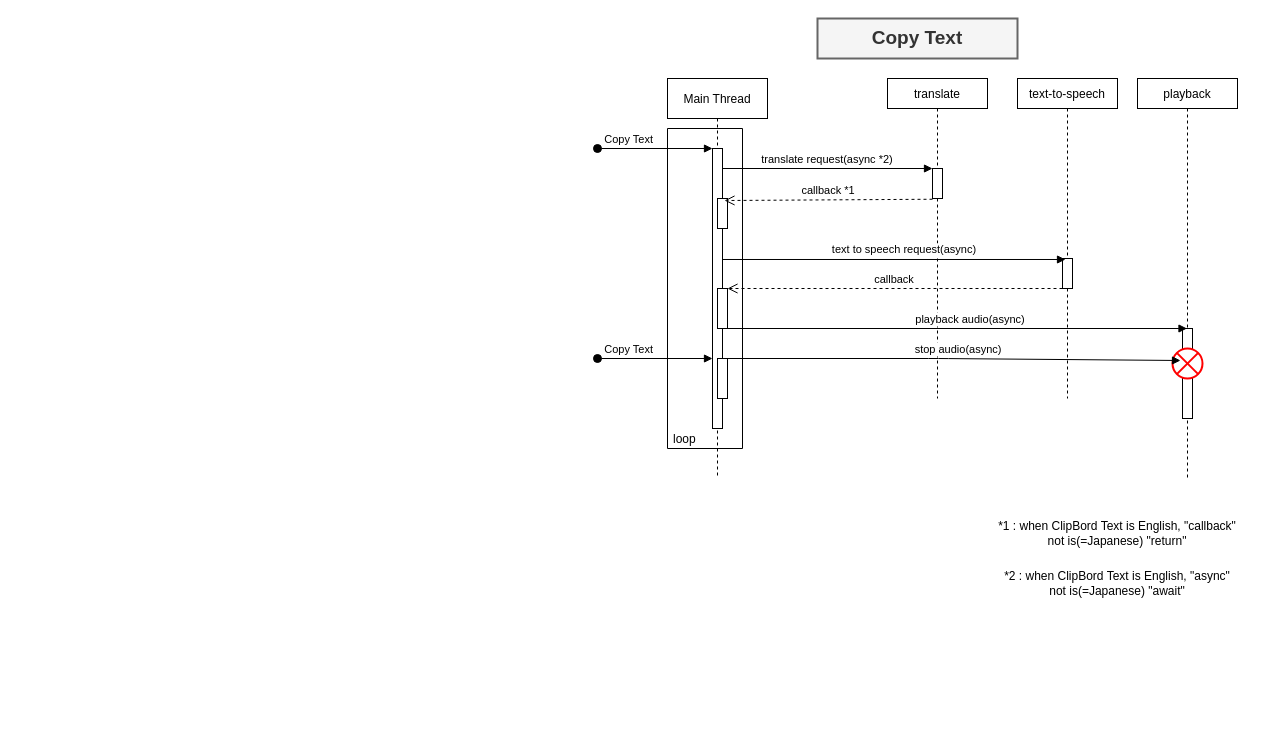
monkey999por/translation keeps this draw.io diagram as sequence.drawio. Above is the earlier version. Source tidied: cells renumbered, new cells numbered last; positions are measured from the earlier drawing's top-left corner, leaving out a move shared by most shapes. Both pictures are drawn from the tidied source at 100%, with x=0, y=0 at pixel (597, 18).
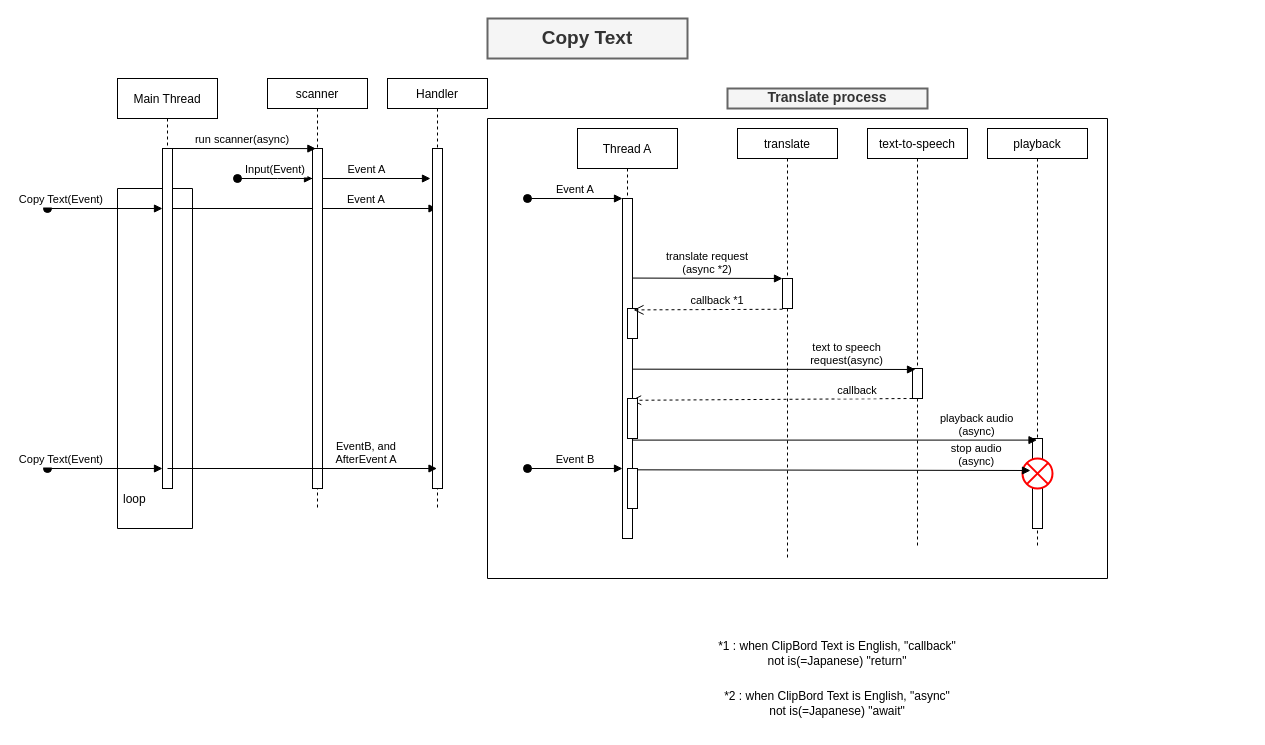
The same page after the edit.

What changed in the source:
```diff
@@
+    <mxCell id="27" value="Event A" style="verticalAlign=bottom;endArrow=block;shadow=0;strokeWidth=1;align=center;exitX=0.7;exitY=0.234;exitDx=0;exitDy=0;exitPerimeter=0;" parent="1" edge="1">
+      <mxGeometry x="-0.03" relative="1" as="geometry">
+        <mxPoint x="-289.5" y="160" as="sourcePoint" />
+        <mxPoint x="-167" y="160" as="targetPoint" />
+      </mxGeometry>
+    </mxCell>
+    <mxCell id="28" value="Event A" style="verticalAlign=bottom;endArrow=block;shadow=0;strokeWidth=1;align=center;exitX=0.7;exitY=0.234;exitDx=0;exitDy=0;exitPerimeter=0;" parent="1" edge="1" target="39">
+      <mxGeometry x="0.48" relative="1" as="geometry">
+        <mxPoint x="-430" y="190" as="sourcePoint" />
+      </mxGeometry>
+    </mxCell>
+    <mxCell id="29" style="verticalLabelPosition=bottom;verticalAlign=top;html=1;shape=mxgraph.basic.rect;fillColor2=none;strokeWidth=1;size=20;indent=5;shadow=0;fontSize=19;fillColor=none;" parent="1" vertex="1">
+      <mxGeometry x="-110" y="100" width="620" height="460" as="geometry" />
+    </mxCell>
     <mxCell id="2" value="playback" style="shape=umlLifeline;perimeter=lifelinePerimeter;rounded=0;shadow=0;strokeWidth=1;size=30;" parent="1" vertex="1">
-      <mxGeometry x="540" y="60" width="100" height="400" as="geometry" />
+      <mxGeometry x="390" y="110" width="100" height="420" as="geometry" />
     </mxCell>
     <mxCell id="3" style="perimeter=orthogonalPerimeter;rounded=0;shadow=0;strokeWidth=1;" parent="2" vertex="1">
-      <mxGeometry x="45" y="250" width="10" height="90" as="geometry" />
+      <mxGeometry x="45" y="310" width="10" height="90" as="geometry" />
     </mxCell>
     <mxCell id="4" style="shape=sumEllipse;perimeter=ellipsePerimeter;whiteSpace=wrap;html=1;backgroundOutline=1;shadow=0;fontSize=12;strokeWidth=2;align=left;sketch=0;strokeColor=#FF0000;" parent="2" vertex="1">
-      <mxGeometry x="35" y="270" width="30" height="30" as="geometry" />
+      <mxGeometry x="35" y="330" width="30" height="30" as="geometry" />
     </mxCell>
     <mxCell id="5" style="verticalLabelPosition=bottom;verticalAlign=top;html=1;shape=mxgraph.basic.rect;fillColor2=none;strokeWidth=1;size=20;indent=5;shadow=0;fontSize=19;fillColor=none;" parent="1" vertex="1">
-      <mxGeometry x="70" y="110" width="75" height="320" as="geometry" />
+      <mxGeometry x="-480" y="170" width="75" height="340" as="geometry" />
     </mxCell>
     <mxCell id="6" value="Main Thread" style="shape=umlLifeline;perimeter=lifelinePerimeter;rounded=0;shadow=0;strokeWidth=1;" parent="1" vertex="1">
-      <mxGeometry x="70" y="60" width="100" height="400" as="geometry" />
+      <mxGeometry x="-480" y="60" width="100" height="410" as="geometry" />
     </mxCell>
     <mxCell id="7" style="points=[];perimeter=orthogonalPerimeter;rounded=0;shadow=0;strokeWidth=1;" parent="6" vertex="1">
-      <mxGeometry x="45" y="70" width="10" height="280" as="geometry" />
+      <mxGeometry x="45" y="70" width="10" height="340" as="geometry" />
     </mxCell>
-    <mxCell id="8" value="Copy Text" style="verticalAlign=bottom;startArrow=oval;endArrow=block;startSize=8;shadow=0;strokeWidth=1;align=right;" parent="6" edge="1" target="7">
+    <mxCell id="8" value="Copy Text(Event)" style="verticalAlign=bottom;startArrow=oval;endArrow=block;startSize=8;shadow=0;strokeWidth=1;align=right;" parent="6" edge="1" target="7">
       <mxGeometry relative="1" as="geometry">
-        <mxPoint x="-70" y="70" as="sourcePoint" />
+        <mxPoint x="-70" y="130" as="sourcePoint" />
       </mxGeometry>
     </mxCell>
-    <mxCell id="9" style="points=[];perimeter=orthogonalPerimeter;rounded=0;shadow=0;strokeWidth=1;" parent="6" vertex="1">
-      <mxGeometry x="50" y="210" width="10" height="40" as="geometry" />
-    </mxCell>
-    <mxCell id="10" style="points=[];perimeter=orthogonalPerimeter;rounded=0;shadow=0;strokeWidth=1;" parent="6" vertex="1">
-      <mxGeometry x="50" y="120" width="10" height="30" as="geometry" />
-    </mxCell>
-    <mxCell id="11" style="points=[];perimeter=orthogonalPerimeter;rounded=0;shadow=0;strokeWidth=1;" parent="6" vertex="1">
-      <mxGeometry x="50" y="280" width="10" height="40" as="geometry" />
-    </mxCell>
     <mxCell id="12" value="translate" style="shape=umlLifeline;perimeter=lifelinePerimeter;rounded=0;shadow=0;strokeWidth=1;size=30;" parent="1" vertex="1">
-      <mxGeometry x="290" y="60" width="100" height="320" as="geometry" />
+      <mxGeometry x="140" y="110" width="100" height="430" as="geometry" />
     </mxCell>
     <mxCell id="13" style="points=[];perimeter=orthogonalPerimeter;rounded=0;shadow=0;strokeWidth=1;" parent="12" vertex="1">
-      <mxGeometry x="45" y="90" width="10" height="30" as="geometry" />
+      <mxGeometry x="45" y="150" width="10" height="30" as="geometry" />
     </mxCell>
-    <mxCell id="14" value="callback *1" style="verticalAlign=bottom;endArrow=open;dashed=1;endSize=8;shadow=0;strokeWidth=1;exitX=0;exitY=1.025;exitDx=0;exitDy=0;exitPerimeter=0;entryX=0.7;entryY=0.067;entryDx=0;entryDy=0;entryPerimeter=0;" parent="1" edge="1" source="13" target="10">
-      <mxGeometry relative="1" as="geometry" />
-    </mxCell>
-    <mxCell id="15" value="translate request(async *2)" style="verticalAlign=bottom;endArrow=block;entryX=0;entryY=0;shadow=0;strokeWidth=1;" parent="1" edge="1" source="7" target="13">
-      <mxGeometry relative="1" as="geometry" />
+    <mxCell id="15" value="translate request&#10;(async *2)" style="verticalAlign=bottom;endArrow=block;entryX=0;entryY=0;shadow=0;strokeWidth=1;align=center;exitX=0.7;exitY=0.234;exitDx=0;exitDy=0;exitPerimeter=0;" parent="1" edge="1" source="35" target="13">
+      <mxGeometry x="0.02" relative="1" as="geometry" />
     </mxCell>
     <mxCell id="16" value="text-to-speech" style="shape=umlLifeline;perimeter=lifelinePerimeter;rounded=0;shadow=0;strokeWidth=1;size=30;" parent="1" vertex="1">
-      <mxGeometry x="420" y="60" width="100" height="320" as="geometry" />
+      <mxGeometry x="270" y="110" width="100" height="420" as="geometry" />
     </mxCell>
     <mxCell id="17" style="points=[];perimeter=orthogonalPerimeter;rounded=0;shadow=0;strokeWidth=1;" parent="16" vertex="1">
-      <mxGeometry x="45" y="180" width="10" height="30" as="geometry" />
+      <mxGeometry x="45" y="240" width="10" height="30" as="geometry" />
     </mxCell>
-    <mxCell id="18" value="Copy Text" style="text;html=1;strokeColor=#666666;fillColor=#f5f5f5;align=center;verticalAlign=middle;whiteSpace=wrap;rounded=0;strokeWidth=2;perimeterSpacing=0;shadow=0;fontSize=19;fontStyle=1;fontColor=#333333;" parent="1" vertex="1">
-      <mxGeometry x="220" width="200" height="40" as="geometry" />
+    <mxCell id="18" value="Translate process" style="text;html=1;strokeColor=#666666;fillColor=#f5f5f5;align=center;verticalAlign=bottom;whiteSpace=wrap;rounded=0;strokeWidth=2;perimeterSpacing=0;shadow=0;fontSize=14;fontStyle=1;fontColor=#333333;" parent="1" vertex="1">
+      <mxGeometry x="130" y="70" width="200" height="20" as="geometry" />
     </mxCell>
-    <mxCell id="19" value="text to speech request(async)" style="verticalAlign=middle;endArrow=block;shadow=0;strokeWidth=1;entryX=0.3;entryY=0.033;entryDx=0;entryDy=0;entryPerimeter=0;" parent="1" edge="1" source="7" target="17">
-      <mxGeometry x="0.06" y="10" relative="1" as="geometry" />
+    <mxCell id="19" value="text to speech &#10;request(async)" style="verticalAlign=bottom;endArrow=block;shadow=0;strokeWidth=1;entryX=0.3;entryY=0.033;entryDx=0;entryDy=0;entryPerimeter=0;align=center;exitX=0.536;exitY=0.587;exitDx=0;exitDy=0;exitPerimeter=0;" parent="1" edge="1" source="34" target="17">
+      <mxGeometry x="0.52" relative="1" as="geometry" />
     </mxCell>
-    <mxCell id="20" value="callback" style="verticalAlign=bottom;endArrow=open;dashed=1;endSize=8;shadow=0;strokeWidth=1;exitX=0;exitY=1;exitDx=0;exitDy=0;exitPerimeter=0;" parent="1" edge="1" source="17" target="9">
-      <mxGeometry relative="1" as="geometry" />
+    <mxCell id="20" value="callback" style="verticalAlign=bottom;endArrow=open;dashed=1;endSize=8;shadow=0;strokeWidth=1;exitX=0;exitY=1;exitDx=0;exitDy=0;exitPerimeter=0;align=center;entryX=0.36;entryY=0.045;entryDx=0;entryDy=0;entryPerimeter=0;" parent="1" edge="1" source="17" target="36">
+      <mxGeometry x="-0.61" y="1" relative="1" as="geometry" />
     </mxCell>
     <mxCell id="21" value="loop" style="text;strokeColor=none;fillColor=none;align=left;verticalAlign=middle;spacingLeft=4;spacingRight=4;overflow=hidden;shadow=0;fontSize=12;horizontal=1;" parent="1" vertex="1">
-      <mxGeometry x="70" y="410" width="60" height="20" as="geometry" />
+      <mxGeometry x="-480" y="470" width="60" height="20" as="geometry" />
     </mxCell>
-    <mxCell id="22" value="playback audio(async)" style="verticalAlign=middle;endArrow=block;shadow=0;strokeWidth=1;exitX=0.9;exitY=1;exitDx=0;exitDy=0;exitPerimeter=0;" parent="1" edge="1" source="9" target="2">
-      <mxGeometry x="0.06" y="10" relative="1" as="geometry" />
+    <mxCell id="22" value="playback audio&#10;(async)" style="verticalAlign=bottom;endArrow=block;shadow=0;strokeWidth=1;exitX=0.496;exitY=0.76;exitDx=0;exitDy=0;exitPerimeter=0;align=center;" parent="1" edge="1" source="34" target="2">
+      <mxGeometry x="0.71" relative="1" as="geometry" />
     </mxCell>
-    <mxCell id="23" value="Copy Text" style="verticalAlign=bottom;startArrow=oval;endArrow=block;startSize=8;shadow=0;strokeWidth=1;align=right;" parent="1" edge="1">
-      <mxGeometry relative="1" as="geometry">
-        <mxPoint y="340" as="sourcePoint" />
-        <mxPoint x="115" y="340" as="targetPoint" />
-      </mxGeometry>
-    </mxCell>
-    <mxCell id="24" value="stop audio(async)" style="verticalAlign=middle;endArrow=block;shadow=0;strokeWidth=1;entryX=0.267;entryY=0.4;entryDx=0;entryDy=0;entryPerimeter=0;" parent="1" edge="1" source="11" target="4">
-      <mxGeometry x="0.02" y="10" relative="1" as="geometry">
-        <Array as="points">
-          <mxPoint x="341" y="340" />
-        </Array>
-      </mxGeometry>
+    <mxCell id="24" value="stop audio&#10;(async)" style="verticalAlign=bottom;endArrow=block;shadow=0;strokeWidth=1;entryX=0.267;entryY=0.4;entryDx=0;entryDy=0;entryPerimeter=0;align=center;exitX=1.02;exitY=0.798;exitDx=0;exitDy=0;exitPerimeter=0;" parent="1" edge="1" source="35" target="4">
+      <mxGeometry x="0.73" relative="1" as="geometry" />
     </mxCell>
     <mxCell id="25" value="*1 : when ClipBord Text is English, &quot;callback&quot;&lt;br&gt;not is(=Japanese) &quot;return&quot;" style="text;html=1;strokeColor=none;fillColor=none;align=center;verticalAlign=middle;whiteSpace=wrap;rounded=0;shadow=0;sketch=0;fontSize=12;" parent="1" vertex="1">
-      <mxGeometry x="390" y="490" width="260" height="50" as="geometry" />
+      <mxGeometry x="110" y="610" width="260" height="50" as="geometry" />
     </mxCell>
     <mxCell id="26" value="*2 : when ClipBord Text is English, &quot;async&quot;&lt;br&gt;not is(=Japanese) &quot;await&quot;" style="text;html=1;strokeColor=none;fillColor=none;align=center;verticalAlign=middle;whiteSpace=wrap;rounded=0;shadow=0;sketch=0;fontSize=12;" parent="1" vertex="1">
-      <mxGeometry x="390" y="540" width="260" height="50" as="geometry" />
+      <mxGeometry x="110" y="660" width="260" height="50" as="geometry" />
     </mxCell>
+    <mxCell id="30" value="scanner" style="shape=umlLifeline;perimeter=lifelinePerimeter;rounded=0;shadow=0;strokeWidth=1;size=30;" parent="1" vertex="1">
+      <mxGeometry x="-330" y="60" width="100" height="430" as="geometry" />
+    </mxCell>
+    <mxCell id="31" style="perimeter=orthogonalPerimeter;rounded=0;shadow=0;strokeWidth=1;" parent="30" vertex="1">
+      <mxGeometry x="45" y="70" width="10" height="340" as="geometry" />
+    </mxCell>
+    <mxCell id="32" value="run scanner(async)" style="verticalAlign=bottom;endArrow=block;entryX=0.484;entryY=0.163;shadow=0;strokeWidth=1;align=center;entryDx=0;entryDy=0;entryPerimeter=0;" parent="1" edge="1" target="30">
+      <mxGeometry relative="1" as="geometry">
+        <mxPoint x="-428" y="130" as="sourcePoint" />
+      </mxGeometry>
+    </mxCell>
+    <mxCell id="33" value="Input(Event)" style="verticalAlign=bottom;startArrow=oval;endArrow=block;startSize=8;shadow=0;strokeWidth=1;align=center;" parent="1" edge="1">
+      <mxGeometry relative="1" as="geometry">
+        <mxPoint x="-360" y="160" as="sourcePoint" />
+        <mxPoint x="-285" y="160" as="targetPoint" />
+        <Array as="points">
+          <mxPoint x="-310" y="160" />
+        </Array>
+      </mxGeometry>
+    </mxCell>
+    <mxCell id="34" value="Thread A" style="shape=umlLifeline;perimeter=lifelinePerimeter;rounded=0;shadow=0;strokeWidth=1;" parent="1" vertex="1">
+      <mxGeometry x="-20" y="110" width="100" height="410" as="geometry" />
+    </mxCell>
+    <mxCell id="35" style="points=[];perimeter=orthogonalPerimeter;rounded=0;shadow=0;strokeWidth=1;" parent="34" vertex="1">
+      <mxGeometry x="45" y="70" width="10" height="340" as="geometry" />
+    </mxCell>
+    <mxCell id="36" style="points=[];perimeter=orthogonalPerimeter;rounded=0;shadow=0;strokeWidth=1;" parent="34" vertex="1">
+      <mxGeometry x="50" y="270" width="10" height="40" as="geometry" />
+    </mxCell>
+    <mxCell id="37" style="points=[];perimeter=orthogonalPerimeter;rounded=0;shadow=0;strokeWidth=1;" parent="34" vertex="1">
+      <mxGeometry x="50" y="180" width="10" height="30" as="geometry" />
+    </mxCell>
+    <mxCell id="38" style="perimeter=orthogonalPerimeter;rounded=0;shadow=0;strokeWidth=1;" parent="34" vertex="1">
+      <mxGeometry x="50" y="340" width="10" height="40" as="geometry" />
+    </mxCell>
+    <mxCell id="14" value="callback *1" style="verticalAlign=bottom;endArrow=open;dashed=1;endSize=8;shadow=0;strokeWidth=1;exitX=0;exitY=1.025;exitDx=0;exitDy=0;exitPerimeter=0;align=center;entryX=0.6;entryY=0.047;entryDx=0;entryDy=0;entryPerimeter=0;" parent="1" edge="1" source="13" target="37">
+      <mxGeometry x="-0.13" relative="1" as="geometry" />
+    </mxCell>
+    <mxCell id="23" value="Copy Text" style="text;html=1;strokeColor=#666666;fillColor=#f5f5f5;align=center;verticalAlign=middle;whiteSpace=wrap;rounded=0;strokeWidth=2;perimeterSpacing=0;shadow=0;fontSize=19;fontStyle=1;fontColor=#333333;" parent="1" vertex="1">
+      <mxGeometry x="-110" width="200" height="40" as="geometry" />
+    </mxCell>
+    <mxCell id="39" value="Handler" style="shape=umlLifeline;perimeter=lifelinePerimeter;rounded=0;shadow=0;strokeWidth=1;size=30;" parent="1" vertex="1">
+      <mxGeometry x="-210" y="60" width="100" height="430" as="geometry" />
+    </mxCell>
+    <mxCell id="40" style="perimeter=orthogonalPerimeter;rounded=0;shadow=0;strokeWidth=1;" parent="39" vertex="1">
+      <mxGeometry x="45" y="70" width="10" height="340" as="geometry" />
+    </mxCell>
+    <mxCell id="41" value="Event A" style="verticalAlign=bottom;startArrow=oval;endArrow=block;startSize=8;shadow=0;strokeWidth=1;align=center;" parent="1" edge="1">
+      <mxGeometry relative="1" as="geometry">
+        <mxPoint x="-70" y="180" as="sourcePoint" />
+        <mxPoint x="25" y="180" as="targetPoint" />
+      </mxGeometry>
+    </mxCell>
+    <mxCell id="42" value="Event B" style="verticalAlign=bottom;startArrow=oval;endArrow=block;startSize=8;shadow=0;strokeWidth=1;align=center;" parent="1" edge="1">
+      <mxGeometry relative="1" as="geometry">
+        <mxPoint x="-70" y="450" as="sourcePoint" />
+        <mxPoint x="25" y="450" as="targetPoint" />
+      </mxGeometry>
+    </mxCell>
+    <mxCell id="43" value="EventB, and &#10;AfterEvent A" style="verticalAlign=bottom;endArrow=block;shadow=0;strokeWidth=1;align=center;exitX=0.7;exitY=0.234;exitDx=0;exitDy=0;exitPerimeter=0;" parent="1" edge="1">
+      <mxGeometry x="0.48" relative="1" as="geometry">
+        <mxPoint x="-430" y="450" as="sourcePoint" />
+        <mxPoint x="-160.5" y="450" as="targetPoint" />
+      </mxGeometry>
+    </mxCell>
+    <mxCell id="44" value="Copy Text(Event)" style="verticalAlign=bottom;startArrow=oval;endArrow=block;startSize=8;shadow=0;strokeWidth=1;align=right;" parent="1" edge="1">
+      <mxGeometry relative="1" as="geometry">
+        <mxPoint x="-550" y="450" as="sourcePoint" />
+        <mxPoint x="-435" y="450" as="targetPoint" />
+      </mxGeometry>
+    </mxCell>
```
